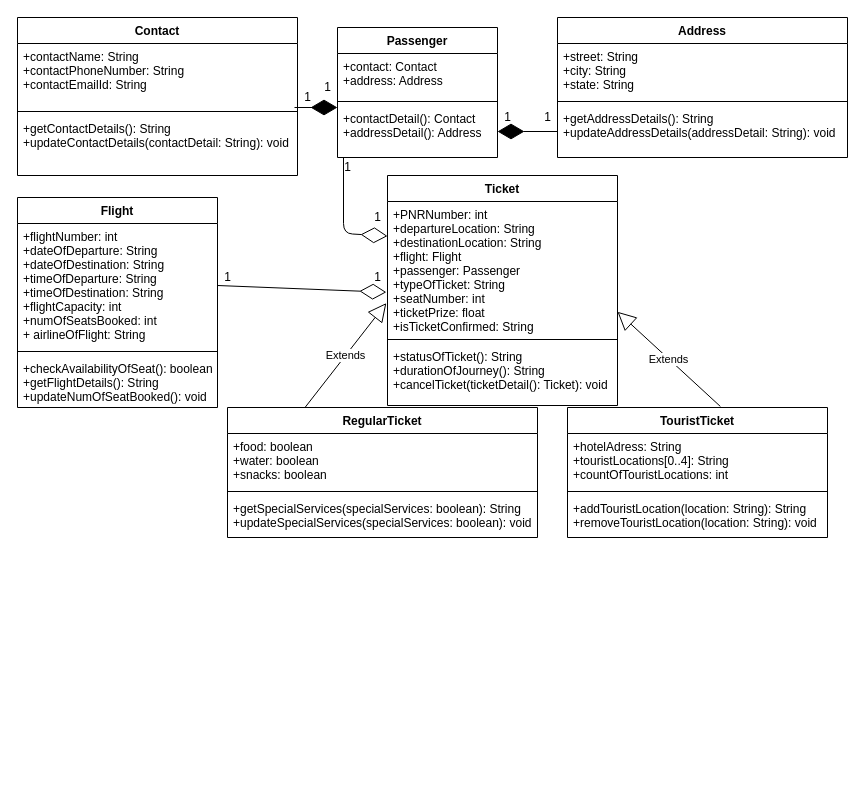
The draw.io diagram FlightRegistartionSystemDrawio.drawio in Rutu4/Flight-Reservation-System, before the edit. Source tidied: cells renumbered, new cells numbered last; positions are measured from the earlier drawing's top-left corner, leaving out a move shared by most shapes. Both pictures are drawn from the tidied source at 100%, with x=0, y=0 at pixel (17, 17).
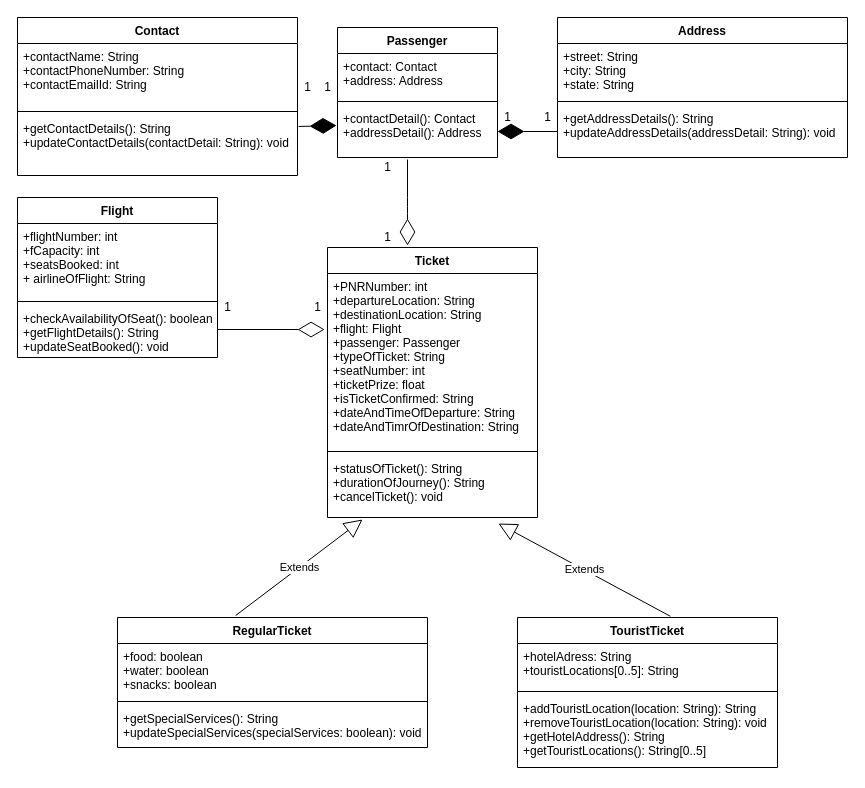
The same page after the edit.

Unchanged cells that the change refers to:
```xml
<mxCell id="5" value="+getContactDetails(): String&#10;+updateContactDetails(contactDetail: String): void" style="text;strokeColor=none;fillColor=none;align=left;verticalAlign=top;spacingLeft=4;spacingRight=4;overflow=hidden;points=[[0,0.5],[1,0.5]];portConstraint=eastwest;" parent="2" vertex="1">
  <mxGeometry y="98" width="280" height="60" as="geometry" />
</mxCell>
<mxCell id="9" value="+contactDetail(): Contact&#10;+addressDetail(): Address" style="text;strokeColor=none;fillColor=none;align=left;verticalAlign=top;spacingLeft=4;spacingRight=4;overflow=hidden;points=[[0,0.5],[1,0.5]];portConstraint=eastwest;" parent="6" vertex="1">
  <mxGeometry y="78" width="160" height="52" as="geometry" />
</mxCell>
```

The edit, as a diff of the source:
```diff
@@
     <mxCell id="14" value="Flight" style="swimlane;fontStyle=1;align=center;verticalAlign=top;horizontal=1;startSize=26;" parent="1" vertex="1">
-      <mxGeometry y="180" width="200" height="210" as="geometry" />
+      <mxGeometry y="180" width="200" height="160" as="geometry" />
     </mxCell>
-    <mxCell id="15" value="+flightNumber: int&#10;+dateOfDeparture: String&#10;+dateOfDestination: String&#10;+timeOfDeparture: String&#10;+timeOfDestination: String&#10;+flightCapacity: int&#10;+numOfSeatsBooked: int&#10;+ airlineOfFlight: String&#10;" style="text;strokeColor=none;fillColor=none;align=left;verticalAlign=top;spacingLeft=4;spacingRight=4;overflow=hidden;points=[[0,0.5],[1,0.5]];portConstraint=eastwest;" parent="14" vertex="1">
-      <mxGeometry y="26" width="200" height="124" as="geometry" />
+    <mxCell id="15" value="+flightNumber: int&#10;+fCapacity: int&#10;+seatsBooked: int&#10;+ airlineOfFlight: String&#10;" style="text;strokeColor=none;fillColor=none;align=left;verticalAlign=top;spacingLeft=4;spacingRight=4;overflow=hidden;points=[[0,0.5],[1,0.5]];portConstraint=eastwest;" parent="14" vertex="1">
+      <mxGeometry y="26" width="200" height="74" as="geometry" />
     </mxCell>
     <mxCell id="16" style="line;strokeWidth=1;fillColor=none;align=left;verticalAlign=middle;spacingTop=-1;spacingLeft=3;spacingRight=3;labelPosition=right;" parent="14" vertex="1">
-      <mxGeometry y="150" width="200" height="8" as="geometry" />
+      <mxGeometry y="100" width="200" height="8" as="geometry" />
     </mxCell>
-    <mxCell id="17" value="+checkAvailabilityOfSeat(): boolean&#10;+getFlightDetails(): String&#10;+updateNumOfSeatBooked(): void" style="text;strokeColor=none;fillColor=none;align=left;verticalAlign=top;spacingLeft=4;spacingRight=4;overflow=hidden;" parent="14" vertex="1">
-      <mxGeometry y="158" width="200" height="52" as="geometry" />
+    <mxCell id="17" value="+checkAvailabilityOfSeat(): boolean&#10;+getFlightDetails(): String&#10;+updateSeatBooked(): void" style="text;strokeColor=none;fillColor=none;align=left;verticalAlign=top;spacingLeft=4;spacingRight=4;overflow=hidden;" parent="14" vertex="1">
+      <mxGeometry y="108" width="200" height="52" as="geometry" />
     </mxCell>
     <mxCell id="18" value="Ticket" style="swimlane;fontStyle=1;align=center;verticalAlign=top;horizontal=1;startSize=26;" parent="1" vertex="1">
-      <mxGeometry x="370" y="158" width="230" height="230" as="geometry" />
+      <mxGeometry x="310" y="230" width="210" height="270" as="geometry" />
     </mxCell>
-    <mxCell id="19" value="+PNRNumber: int&#10;+departureLocation: String&#10;+destinationLocation: String&#10;+flight: Flight&#10;+passenger: Passenger&#10;+typeOfTicket: String&#10;+seatNumber: int&#10;+ticketPrize: float&#10;+isTicketConfirmed: String" style="text;strokeColor=none;fillColor=none;align=left;verticalAlign=top;spacingLeft=4;spacingRight=4;overflow=hidden;points=[[0,0.5],[1,0.5]];portConstraint=eastwest;" parent="18" vertex="1">
-      <mxGeometry y="26" width="230" height="134" as="geometry" />
+    <mxCell id="19" value="+PNRNumber: int&#10;+departureLocation: String&#10;+destinationLocation: String&#10;+flight: Flight&#10;+passenger: Passenger&#10;+typeOfTicket: String&#10;+seatNumber: int&#10;+ticketPrize: float&#10;+isTicketConfirmed: String&#10;+dateAndTimeOfDeparture: String&#10;+dateAndTimrOfDestination: String" style="text;strokeColor=none;fillColor=none;align=left;verticalAlign=top;spacingLeft=4;spacingRight=4;overflow=hidden;points=[[0,0.5],[1,0.5]];portConstraint=eastwest;" parent="18" vertex="1">
+      <mxGeometry y="26" width="210" height="174" as="geometry" />
     </mxCell>
     <mxCell id="20" style="line;strokeWidth=1;fillColor=none;align=left;verticalAlign=middle;spacingTop=-1;spacingLeft=3;spacingRight=3;labelPosition=right;" parent="18" vertex="1">
-      <mxGeometry y="160" width="230" height="8" as="geometry" />
+      <mxGeometry y="200" width="210" height="8" as="geometry" />
     </mxCell>
-    <mxCell id="21" value="+statusOfTicket(): String&#10;+durationOfJourney(): String&#10;+cancelTicket(ticketDetail(): Ticket): void" style="text;strokeColor=none;fillColor=none;align=left;verticalAlign=top;spacingLeft=4;spacingRight=4;overflow=hidden;points=[[0,0.5],[1,0.5]];portConstraint=eastwest;" parent="18" vertex="1">
-      <mxGeometry y="168" width="230" height="62" as="geometry" />
+    <mxCell id="21" value="+statusOfTicket(): String&#10;+durationOfJourney(): String&#10;+cancelTicket(): void" style="text;strokeColor=none;fillColor=none;align=left;verticalAlign=top;spacingLeft=4;spacingRight=4;overflow=hidden;points=[[0,0.5],[1,0.5]];portConstraint=eastwest;" parent="18" vertex="1">
+      <mxGeometry y="208" width="210" height="62" as="geometry" />
     </mxCell>
     <mxCell id="22" value="TouristTicket" style="swimlane;fontStyle=1;align=center;verticalAlign=top;horizontal=1;startSize=26;" parent="1" vertex="1">
-      <mxGeometry x="550" y="390" width="260" height="130" as="geometry" />
+      <mxGeometry x="500" y="600" width="260" height="150" as="geometry" />
     </mxCell>
-    <mxCell id="23" value="+hotelAdress: String&#10;+touristLocations[0..4]: String&#10;+countOfTouristLocations: int" style="text;strokeColor=none;fillColor=none;align=left;verticalAlign=top;spacingLeft=4;spacingRight=4;overflow=hidden;" parent="22" vertex="1">
-      <mxGeometry y="26" width="260" height="54" as="geometry" />
+    <mxCell id="23" value="+hotelAdress: String&#10;+touristLocations[0..5]: String&#10;" style="text;strokeColor=none;fillColor=none;align=left;verticalAlign=top;spacingLeft=4;spacingRight=4;overflow=hidden;" parent="22" vertex="1">
+      <mxGeometry y="26" width="260" height="44" as="geometry" />
     </mxCell>
     <mxCell id="24" style="line;strokeWidth=1;fillColor=none;align=left;verticalAlign=middle;spacingTop=-1;spacingLeft=3;spacingRight=3;labelPosition=right;" parent="22" vertex="1">
-      <mxGeometry y="80" width="260" height="8" as="geometry" />
+      <mxGeometry y="70" width="260" height="8" as="geometry" />
     </mxCell>
-    <mxCell id="25" value="+addTouristLocation(location: String): String&#10;+removeTouristLocation(location: String): void" style="text;strokeColor=none;fillColor=none;align=left;verticalAlign=top;spacingLeft=4;spacingRight=4;overflow=hidden;" parent="22" vertex="1">
-      <mxGeometry y="88" width="260" height="42" as="geometry" />
+    <mxCell id="25" value="+addTouristLocation(location: String): String&#10;+removeTouristLocation(location: String): void&#10;+getHotelAddress(): String&#10;+getTouristLocations(): String[0..5]" style="text;strokeColor=none;fillColor=none;align=left;verticalAlign=top;spacingLeft=4;spacingRight=4;overflow=hidden;" parent="22" vertex="1">
+      <mxGeometry y="78" width="260" height="72" as="geometry" />
     </mxCell>
     <mxCell id="26" value="RegularTicket" style="swimlane;fontStyle=1;align=center;verticalAlign=top;horizontal=1;startSize=26;" parent="1" vertex="1">
-      <mxGeometry x="210" y="390" width="310" height="130" as="geometry" />
+      <mxGeometry x="100" y="600" width="310" height="130" as="geometry" />
     </mxCell>
@@
-    <mxCell id="29" value="+getSpecialServices(specialServices: boolean): String&#10;+updateSpecialServices(specialServices: boolean): void" style="text;strokeColor=none;fillColor=none;align=left;verticalAlign=top;spacingLeft=4;spacingRight=4;overflow=hidden;" parent="26" vertex="1">
+    <mxCell id="29" value="+getSpecialServices(): String&#10;+updateSpecialServices(specialServices: boolean): void" style="text;strokeColor=none;fillColor=none;align=left;verticalAlign=top;spacingLeft=4;spacingRight=4;overflow=hidden;" parent="26" vertex="1">
       <mxGeometry y="88" width="310" height="42" as="geometry" />
     </mxCell>
-    <mxCell id="30" style="endArrow=diamondThin;endFill=1;endSize=24;html=1;" parent="1" edge="1">
-      <mxGeometry relative="1" as="geometry">
-        <mxPoint x="277" y="90" as="sourcePoint" />
-        <mxPoint x="320" y="90" as="targetPoint" />
-        <Array as="points">
-          <mxPoint x="310" y="90" />
-        </Array>
-      </mxGeometry>
+    <mxCell id="30" style="endArrow=diamondThin;endFill=1;endSize=24;html=1;exitX=1.004;exitY=0.183;exitDx=0;exitDy=0;exitPerimeter=0;entryX=-0.006;entryY=0.385;entryDx=0;entryDy=0;entryPerimeter=0;" parent="1" edge="1" source="5" target="9">
+      <mxGeometry relative="1" as="geometry" />
     </mxCell>
@@
-    <mxCell id="32" value="Extends" style="endArrow=block;endSize=16;endFill=0;html=1;exitX=0.25;exitY=0;exitDx=0;exitDy=0;entryX=-0.005;entryY=0.758;entryDx=0;entryDy=0;entryPerimeter=0;" parent="1" edge="1" source="26" target="19">
+    <mxCell id="32" value="Extends" style="endArrow=block;endSize=16;endFill=0;html=1;exitX=0.381;exitY=-0.015;exitDx=0;exitDy=0;entryX=0.167;entryY=1.032;entryDx=0;entryDy=0;entryPerimeter=0;exitPerimeter=0;" parent="1" edge="1" source="26" target="21">
       <mxGeometry relative="1" as="geometry" />
     </mxCell>
-    <mxCell id="33" value="Extends" style="endArrow=block;endSize=16;endFill=0;html=1;entryX=1;entryY=0.823;entryDx=0;entryDy=0;entryPerimeter=0;exitX=0.588;exitY=-0.008;exitDx=0;exitDy=0;exitPerimeter=0;" parent="1" edge="1" source="22" target="19">
+    <mxCell id="33" value="Extends" style="endArrow=block;endSize=16;endFill=0;html=1;entryX=0.814;entryY=1.097;entryDx=0;entryDy=0;entryPerimeter=0;exitX=0.588;exitY=-0.008;exitDx=0;exitDy=0;exitPerimeter=0;" parent="1" edge="1" source="22" target="21">
       <mxGeometry relative="1" as="geometry" />
     </mxCell>
-    <mxCell id="34" style="endArrow=diamondThin;endFill=0;endSize=24;html=1;exitX=1;exitY=0.5;exitDx=0;exitDy=0;entryX=-0.005;entryY=0.677;entryDx=0;entryDy=0;entryPerimeter=0;" parent="1" edge="1" source="15" target="19">
-      <mxGeometry relative="1" as="geometry" />
+    <mxCell id="34" style="endArrow=diamondThin;endFill=0;endSize=24;html=1;entryX=-0.014;entryY=0.322;entryDx=0;entryDy=0;entryPerimeter=0;" parent="1" edge="1" target="19">
+      <mxGeometry relative="1" as="geometry">
+        <mxPoint x="200" y="312" as="sourcePoint" />
+      </mxGeometry>
     </mxCell>
-    <mxCell id="35" style="endArrow=diamondThin;endFill=0;endSize=24;html=1;entryX=0;entryY=0.258;entryDx=0;entryDy=0;entryPerimeter=0;" parent="1" edge="1" target="19">
+    <mxCell id="35" style="endArrow=diamondThin;endFill=0;endSize=24;html=1;" parent="1" edge="1">
       <mxGeometry relative="1" as="geometry">
-        <mxPoint x="326" y="140" as="sourcePoint" />
+        <mxPoint x="390" y="142" as="sourcePoint" />
+        <mxPoint x="390" y="228" as="targetPoint" />
         <Array as="points">
-          <mxPoint x="326" y="216" />
+          <mxPoint x="390" y="190" />
         </Array>
       </mxGeometry>
     </mxCell>
     <mxCell id="36" value="1" style="text;html=1;align=center;verticalAlign=middle;" parent="1" vertex="1">
-      <mxGeometry x="280" y="70" width="20" height="20" as="geometry" />
+      <mxGeometry x="280" y="60" width="20" height="20" as="geometry" />
     </mxCell>
@@
     <mxCell id="40" value="1" style="text;html=1;align=center;verticalAlign=middle;" parent="1" vertex="1">
-      <mxGeometry x="320" y="140" width="20" height="20" as="geometry" />
+      <mxGeometry x="360" y="140" width="20" height="20" as="geometry" />
     </mxCell>
     <mxCell id="41" value="1" style="text;html=1;align=center;verticalAlign=middle;" parent="1" vertex="1">
-      <mxGeometry x="350" y="190" width="20" height="20" as="geometry" />
+      <mxGeometry x="360" y="210" width="20" height="20" as="geometry" />
     </mxCell>
     <mxCell id="42" value="1" style="text;html=1;align=center;verticalAlign=middle;" parent="1" vertex="1">
-      <mxGeometry x="200" y="250" width="20" height="20" as="geometry" />
+      <mxGeometry x="200" y="280" width="20" height="20" as="geometry" />
     </mxCell>
     <mxCell id="43" value="1" style="text;html=1;align=center;verticalAlign=middle;" parent="1" vertex="1">
-      <mxGeometry x="350" y="250" width="20" height="20" as="geometry" />
+      <mxGeometry x="290" y="280" width="20" height="20" as="geometry" />
     </mxCell>
```
